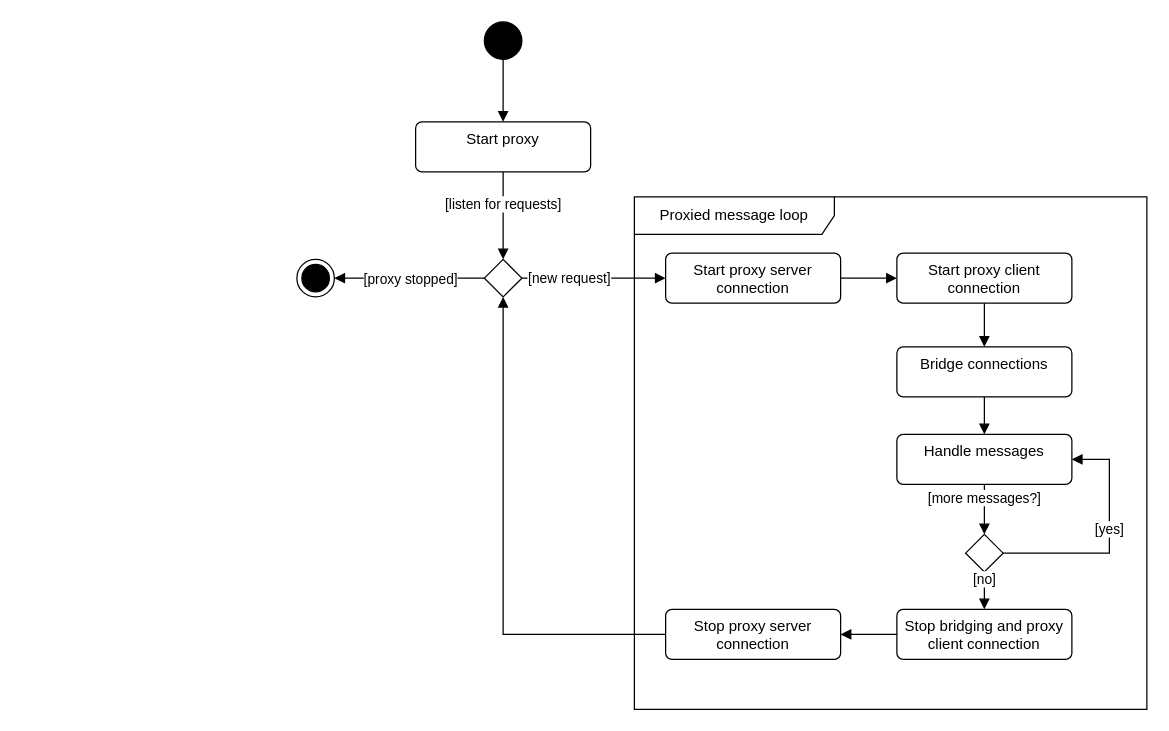
The draw.io diagram src/site/resources/images/flow_diagram.drawio in Bernardo-MG/reactor-netty-tcp-proxy-example, before the edit. Source tidied: cells renumbered, new cells numbered last; positions are measured from the earlier drawing's top-left corner, leaving out a move shared by most shapes. Both pictures are drawn from the tidied source at 125%, with x=0, y=0 at pixel (296, 21).
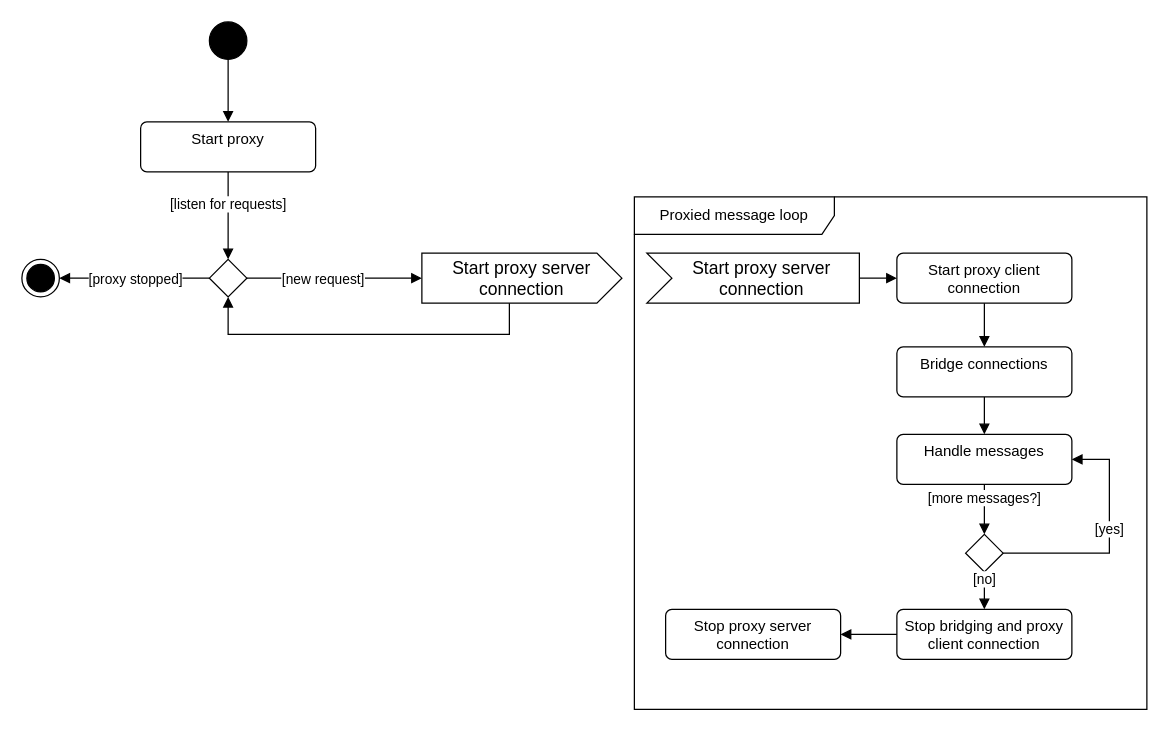
Above is the later version.

The change refers to these unchanged cells:
```xml
<mxCell id="2" value="Proxied message loop" style="shape=umlFrame;whiteSpace=wrap;html=1;width=160;" parent="1" vertex="1">
  <mxGeometry x="270" y="140" width="410" height="410" as="geometry" />
</mxCell>
<mxCell id="6" value="Start proxy client connection" style="html=1;align=center;verticalAlign=top;rounded=1;absoluteArcSize=1;arcSize=10;dashed=0;whiteSpace=wrap;" parent="1" vertex="1">
  <mxGeometry x="480" y="185" width="140" height="40" as="geometry" />
</mxCell>
<mxCell id="17" value="Stop proxy server connection" style="html=1;align=center;verticalAlign=top;rounded=1;absoluteArcSize=1;arcSize=10;dashed=0;whiteSpace=wrap;" parent="1" vertex="1">
  <mxGeometry x="295" y="470" width="140" height="40" as="geometry" />
</mxCell>
```

The edit, as a diff of the source:
```diff
@@
+    <mxCell id="28" value="Start proxy server connection" style="html=1;shape=mxgraph.infographic.ribbonSimple;notch1=20;notch2=0;align=center;verticalAlign=middle;fontSize=14;fontStyle=0;fillColor=#FFFFFF;flipH=0;spacingRight=0;spacingLeft=14;whiteSpace=wrap;" parent="2" vertex="1">
+      <mxGeometry x="10" y="45" width="170" height="40" as="geometry" />
+    </mxCell>
     <mxCell id="3" style="ellipse;fillColor=strokeColor;html=1;" parent="1" vertex="1">
-      <mxGeometry x="150" width="30" height="30" as="geometry" />
+      <mxGeometry x="-70" width="30" height="30" as="geometry" />
     </mxCell>
     <mxCell id="4" value="Start proxy" style="html=1;align=center;verticalAlign=top;rounded=1;absoluteArcSize=1;arcSize=10;dashed=0;whiteSpace=wrap;" parent="1" vertex="1">
-      <mxGeometry x="95" y="80" width="140" height="40" as="geometry" />
+      <mxGeometry x="-125" y="80" width="140" height="40" as="geometry" />
     </mxCell>
@@
-    <mxCell id="16" value="Start proxy server connection" style="html=1;align=center;verticalAlign=top;rounded=1;absoluteArcSize=1;arcSize=10;dashed=0;whiteSpace=wrap;" parent="1" vertex="1">
-      <mxGeometry x="295" y="185" width="140" height="40" as="geometry" />
-    </mxCell>
@@
-    <mxCell id="18" style="html=1;verticalAlign=bottom;labelBackgroundColor=none;endArrow=block;endFill=1;rounded=0;exitX=1;exitY=0.5;exitDx=0;exitDy=0;entryX=0;entryY=0.5;entryDx=0;entryDy=0;" parent="1" edge="1" source="16" target="6">
+    <mxCell id="18" style="html=1;verticalAlign=bottom;labelBackgroundColor=none;endArrow=block;endFill=1;rounded=0;exitX=1;exitY=0.5;exitDx=0;exitDy=0;entryX=0;entryY=0.5;entryDx=0;entryDy=0;exitPerimeter=0;" parent="1" edge="1" source="28" target="6">
       <mxGeometry relative="1" as="geometry" />
     </mxCell>
@@
     <mxCell id="20" style="rhombus;" parent="1" vertex="1">
-      <mxGeometry x="150" y="190" width="30" height="30" as="geometry" />
+      <mxGeometry x="-70" y="190" width="30" height="30" as="geometry" />
     </mxCell>
-    <mxCell id="21" style="html=1;verticalAlign=bottom;labelBackgroundColor=none;endArrow=block;endFill=1;rounded=0;exitX=1;exitY=0.5;exitDx=0;exitDy=0;entryX=0;entryY=0.5;entryDx=0;entryDy=0;" parent="1" edge="1" source="20" target="16">
+    <mxCell id="21" style="html=1;verticalAlign=bottom;labelBackgroundColor=none;endArrow=block;endFill=1;rounded=0;exitX=1;exitY=0.5;exitDx=0;exitDy=0;entryX=0;entryY=0;entryDx=0;entryDy=20;entryPerimeter=0;" parent="1" edge="1" source="20" target="29">
       <mxGeometry relative="1" as="geometry" />
     </mxCell>
     <mxCell id="22" value="[new request]" style="edgeLabel;html=1;align=center;verticalAlign=middle;" parent="21" vertex="1">
-      <mxGeometry x="-0.36" y="1" relative="1" as="geometry" />
+      <mxGeometry x="-0.36" y="1" relative="1" as="geometry">
+        <mxPoint x="15" y="1" as="offset" />
+      </mxGeometry>
     </mxCell>
-    <mxCell id="23" style="html=1;verticalAlign=bottom;labelBackgroundColor=none;endArrow=block;endFill=1;rounded=0;entryX=0.5;entryY=1;entryDx=0;entryDy=0;edgeStyle=elbowEdgeStyle;elbow=vertical;exitX=0;exitY=0.5;exitDx=0;exitDy=0;" parent="1" edge="1" source="17" target="20">
-      <mxGeometry relative="1" as="geometry">
-        <Array as="points">
-          <mxPoint x="270" y="490" />
-        </Array>
-      </mxGeometry>
-    </mxCell>
@@
     <mxCell id="25" style="ellipse;html=1;shape=endState;fillColor=strokeColor;" parent="1" vertex="1">
-      <mxGeometry y="190" width="30" height="30" as="geometry" />
+      <mxGeometry x="-220" y="190" width="30" height="30" as="geometry" />
     </mxCell>
@@
+    <mxCell id="29" value="Start proxy server connection" style="html=1;shape=mxgraph.infographic.ribbonSimple;notch1=0;notch2=20;align=center;verticalAlign=middle;fontSize=14;fontStyle=0;fillColor=#FFFFFF;whiteSpace=wrap;" parent="1" vertex="1">
+      <mxGeometry x="100" y="185" width="160" height="40" as="geometry" />
+    </mxCell>
+    <mxCell id="30" style="html=1;verticalAlign=bottom;labelBackgroundColor=none;endArrow=block;endFill=1;rounded=0;exitX=0;exitY=0;exitDx=70;exitDy=40;entryX=0.5;entryY=1;entryDx=0;entryDy=0;exitPerimeter=0;edgeStyle=elbowEdgeStyle;elbow=vertical;" parent="1" edge="1" source="29" target="20">
+      <mxGeometry relative="1" as="geometry">
+        <Array as="points">
+          <mxPoint x="50" y="250" />
+        </Array>
+      </mxGeometry>
+    </mxCell>
```
